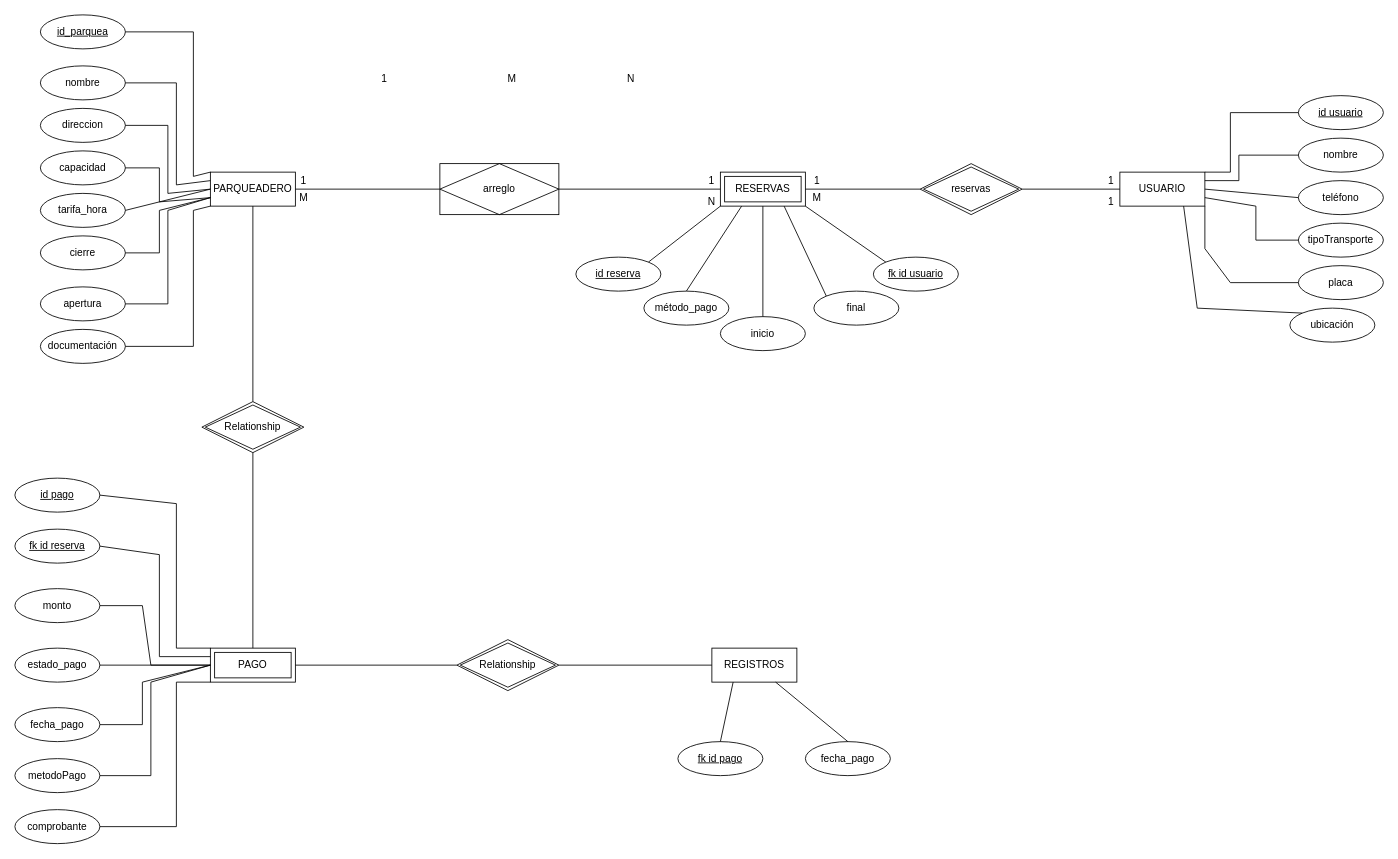
juban1234/copia_seguridad keeps this draw.io diagram as jenny/Zona blue.drawio. Above is the earlier version. Source tidied: cells renumbered, new cells numbered last; positions are measured from the earlier drawing's top-left corner, leaving out a move shared by most shapes. Both pictures are drawn from the tidied source at 85%, with x=0, y=0 at pixel (14, 14).
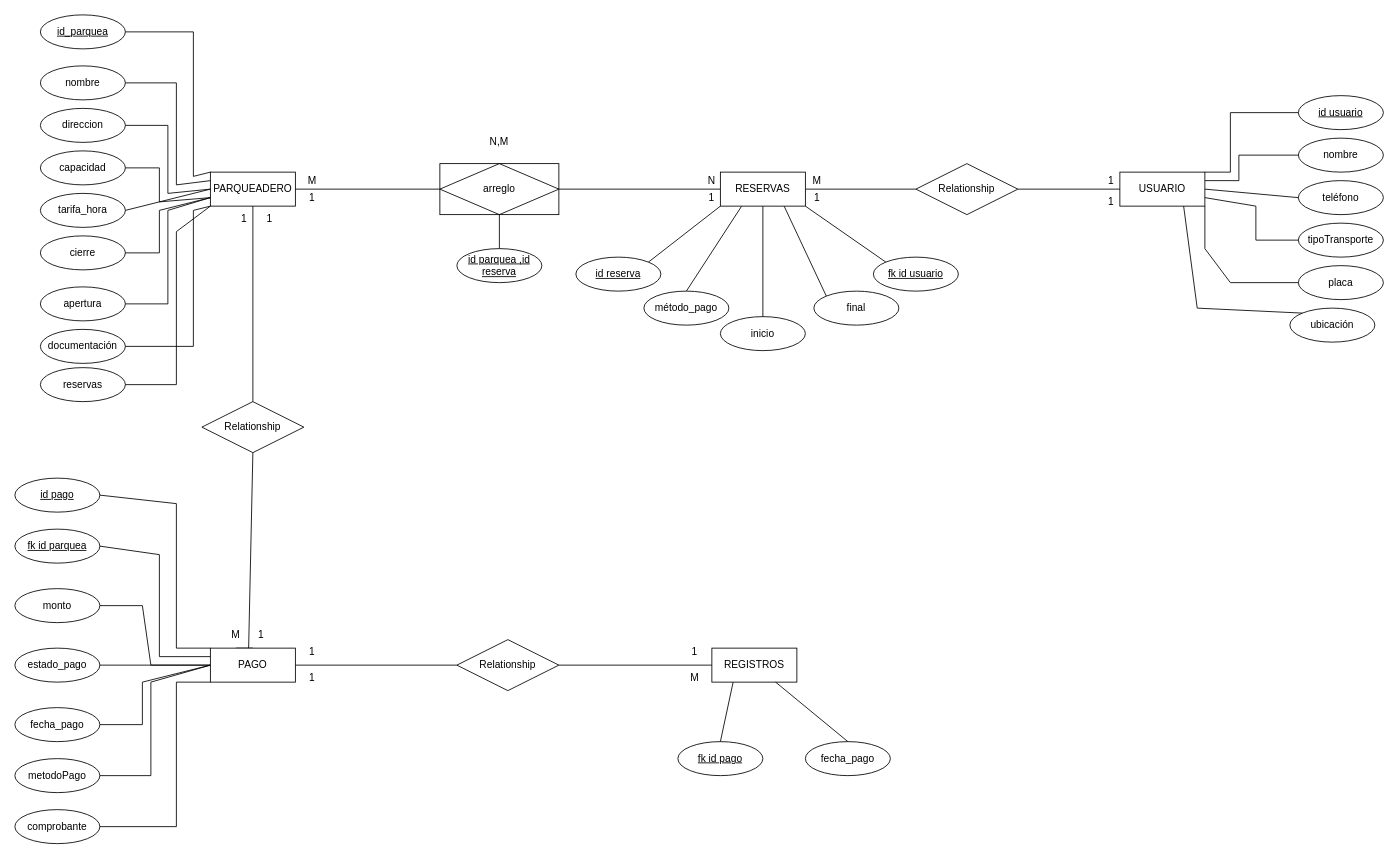
After the change.

Unchanged cells that the change refers to:
```xml
<mxCell id="2" value="USUARIO" style="whiteSpace=wrap;html=1;align=center;" parent="1" vertex="1">
  <mxGeometry x="1300" y="185" width="100" height="40" as="geometry" />
</mxCell>
<mxCell id="3" value="PARQUEADERO" style="whiteSpace=wrap;html=1;align=center;" parent="1" vertex="1">
  <mxGeometry x="230" y="185" width="100" height="40" as="geometry" />
</mxCell>
<mxCell id="21" value="REGISTROS" style="whiteSpace=wrap;html=1;align=center;" parent="1" vertex="1">
  <mxGeometry x="820" y="745" width="100" height="40" as="geometry" />
</mxCell>
<mxCell id="23" value="método_pago" style="ellipse;whiteSpace=wrap;html=1;align=center;" parent="1" vertex="1">
  <mxGeometry x="740" y="325" width="100" height="40" as="geometry" />
</mxCell>
<mxCell id="24" value="inicio" style="ellipse;whiteSpace=wrap;html=1;align=center;" parent="1" vertex="1">
  <mxGeometry x="830" y="355" width="100" height="40" as="geometry" />
</mxCell>
<mxCell id="25" value="final" style="ellipse;whiteSpace=wrap;html=1;align=center;" parent="1" vertex="1">
  <mxGeometry x="940" y="325" width="100" height="40" as="geometry" />
</mxCell>
<mxCell id="26" value="fk id usuario" style="ellipse;whiteSpace=wrap;html=1;align=center;fontStyle=4;" parent="1" vertex="1">
  <mxGeometry x="1010" y="285" width="100" height="40" as="geometry" />
</mxCell>
<mxCell id="27" value="id reserva" style="ellipse;whiteSpace=wrap;html=1;align=center;fontStyle=4;" parent="1" vertex="1">
  <mxGeometry x="660" y="285" width="100" height="40" as="geometry" />
</mxCell>
<mxCell id="47" value="id pago" style="ellipse;whiteSpace=wrap;html=1;align=center;fontStyle=4;" parent="1" vertex="1">
  <mxGeometry y="545" width="100" height="40" as="geometry" />
</mxCell>
<mxCell id="49" value="monto" style="ellipse;whiteSpace=wrap;html=1;align=center;" parent="1" vertex="1">
  <mxGeometry y="675" width="100" height="40" as="geometry" />
</mxCell>
<mxCell id="50" value="fecha_pago" style="ellipse;whiteSpace=wrap;html=1;align=center;" parent="1" vertex="1">
  <mxGeometry y="815" width="100" height="40" as="geometry" />
</mxCell>
<mxCell id="51" value="metodoPago" style="ellipse;whiteSpace=wrap;html=1;align=center;" parent="1" vertex="1">
  <mxGeometry y="875" width="100" height="40" as="geometry" />
</mxCell>
<mxCell id="52" value="&lt;div style=&quot;text-align: left;&quot;&gt;&lt;span style=&quot;background-color: initial;&quot;&gt;estado_pago&lt;/span&gt;&lt;/div&gt;" style="ellipse;whiteSpace=wrap;html=1;align=center;" parent="1" vertex="1">
  <mxGeometry y="745" width="100" height="40" as="geometry" />
</mxCell>
<mxCell id="53" value="comprobante" style="ellipse;whiteSpace=wrap;html=1;align=center;" parent="1" vertex="1">
  <mxGeometry y="935" width="100" height="40" as="geometry" />
</mxCell>
<mxCell id="71" value="arreglo" style="shape=associativeEntity;whiteSpace=wrap;html=1;align=center;" parent="1" vertex="1">
  <mxGeometry x="500" y="175" width="140" height="60" as="geometry" />
</mxCell>
```

The edit, as a diff of the source:
```diff
@@
-    <mxCell id="4" value="RESERVAS" style="shape=ext;margin=3;double=1;whiteSpace=wrap;html=1;align=center;" parent="1" vertex="1">
-      <mxGeometry x="830" y="185" width="100" height="40" as="geometry" />
-    </mxCell>
@@
-    <mxCell id="22" value="PAGO" style="shape=ext;margin=3;double=1;whiteSpace=wrap;html=1;align=center;" parent="1" vertex="1">
-      <mxGeometry x="230" y="745" width="100" height="40" as="geometry" />
-    </mxCell>
@@
-    <mxCell id="28" style="endArrow=none;html=1;rounded=0;exitX=1;exitY=0;exitDx=0;exitDy=0;entryX=0;entryY=1;entryDx=0;entryDy=0;" parent="1" edge="1" source="27" target="4">
-      <mxGeometry relative="1" as="geometry" />
-    </mxCell>
-    <mxCell id="29" style="endArrow=none;html=1;rounded=0;exitX=0.5;exitY=0;exitDx=0;exitDy=0;entryX=0.25;entryY=1;entryDx=0;entryDy=0;" parent="1" edge="1" source="23" target="4">
-      <mxGeometry relative="1" as="geometry" />
+    <mxCell id="29" style="endArrow=none;html=1;rounded=0;exitX=0.5;exitY=0;exitDx=0;exitDy=0;entryX=0.25;entryY=1;entryDx=0;entryDy=0;" parent="1" edge="1" source="23">
+      <mxGeometry relative="1" as="geometry">
+        <mxPoint x="855" y="225" as="targetPoint" />
+      </mxGeometry>
     </mxCell>
-    <mxCell id="30" style="endArrow=none;html=1;rounded=0;exitX=0.5;exitY=0;exitDx=0;exitDy=0;entryX=0.5;entryY=1;entryDx=0;entryDy=0;" parent="1" edge="1" source="24" target="4">
-      <mxGeometry relative="1" as="geometry" />
+    <mxCell id="30" style="endArrow=none;html=1;rounded=0;exitX=0.5;exitY=0;exitDx=0;exitDy=0;entryX=0.5;entryY=1;entryDx=0;entryDy=0;" parent="1" edge="1" source="24">
+      <mxGeometry relative="1" as="geometry">
+        <mxPoint x="880" y="225" as="targetPoint" />
+      </mxGeometry>
     </mxCell>
-    <mxCell id="31" style="endArrow=none;html=1;rounded=0;exitX=0;exitY=0;exitDx=0;exitDy=0;entryX=0.75;entryY=1;entryDx=0;entryDy=0;" parent="1" edge="1" source="25" target="4">
-      <mxGeometry relative="1" as="geometry" />
+    <mxCell id="31" style="endArrow=none;html=1;rounded=0;exitX=0;exitY=0;exitDx=0;exitDy=0;entryX=0.75;entryY=1;entryDx=0;entryDy=0;" parent="1" edge="1" source="25">
+      <mxGeometry relative="1" as="geometry">
+        <mxPoint x="905" y="225" as="targetPoint" />
+      </mxGeometry>
     </mxCell>
-    <mxCell id="32" style="endArrow=none;html=1;rounded=0;exitX=0;exitY=0;exitDx=0;exitDy=0;entryX=1;entryY=1;entryDx=0;entryDy=0;" parent="1" edge="1" source="26" target="4">
-      <mxGeometry relative="1" as="geometry" />
+    <mxCell id="32" style="endArrow=none;html=1;rounded=0;exitX=0;exitY=0;exitDx=0;exitDy=0;entryX=1;entryY=1;entryDx=0;entryDy=0;" parent="1" edge="1" source="26">
+      <mxGeometry relative="1" as="geometry">
+        <mxPoint x="930" y="225" as="targetPoint" />
+      </mxGeometry>
     </mxCell>
@@
-    <mxCell id="48" value="fk id reserva" style="ellipse;whiteSpace=wrap;html=1;align=center;fontStyle=4;" parent="1" vertex="1">
+    <mxCell id="48" value="fk id parquea" style="ellipse;whiteSpace=wrap;html=1;align=center;fontStyle=4;" parent="1" vertex="1">
       <mxGeometry y="605" width="100" height="40" as="geometry" />
     </mxCell>
@@
-    <mxCell id="54" style="endArrow=none;html=1;rounded=0;exitX=1;exitY=0.5;exitDx=0;exitDy=0;entryX=0;entryY=0;entryDx=0;entryDy=0;" parent="1" edge="1" source="47" target="22">
+    <mxCell id="54" style="endArrow=none;html=1;rounded=0;exitX=1;exitY=0.5;exitDx=0;exitDy=0;entryX=0;entryY=0;entryDx=0;entryDy=0;" parent="1" edge="1" source="47">
       <mxGeometry relative="1" as="geometry">
+        <mxPoint x="230" y="745" as="targetPoint" />
         <Array as="points">
           <mxPoint x="190" y="575" />
           <mxPoint x="190" y="745" />
         </Array>
       </mxGeometry>
     </mxCell>
-    <mxCell id="55" style="endArrow=none;html=1;rounded=0;exitX=1;exitY=0.5;exitDx=0;exitDy=0;entryX=0;entryY=0.25;entryDx=0;entryDy=0;" parent="1" edge="1" source="48" target="22">
+    <mxCell id="55" style="endArrow=none;html=1;rounded=0;exitX=1;exitY=0.5;exitDx=0;exitDy=0;entryX=0;entryY=0.25;entryDx=0;entryDy=0;" parent="1" edge="1" source="48">
       <mxGeometry relative="1" as="geometry">
+        <mxPoint x="230" y="755" as="targetPoint" />
         <Array as="points">
           <mxPoint x="170" y="635" />
           <mxPoint x="170" y="755" />
         </Array>
       </mxGeometry>
     </mxCell>
-    <mxCell id="56" style="endArrow=none;html=1;rounded=0;exitX=1;exitY=0.5;exitDx=0;exitDy=0;entryX=0;entryY=0.5;entryDx=0;entryDy=0;" parent="1" edge="1" source="49" target="22">
+    <mxCell id="56" style="endArrow=none;html=1;rounded=0;exitX=1;exitY=0.5;exitDx=0;exitDy=0;entryX=0;entryY=0.5;entryDx=0;entryDy=0;" parent="1" edge="1" source="49">
       <mxGeometry relative="1" as="geometry">
+        <mxPoint x="230" y="765" as="targetPoint" />
         <Array as="points">
           <mxPoint x="150" y="695" />
           <mxPoint x="160" y="765" />
         </Array>
       </mxGeometry>
     </mxCell>
-    <mxCell id="57" style="endArrow=none;html=1;rounded=0;exitX=1;exitY=0.5;exitDx=0;exitDy=0;entryX=0;entryY=1;entryDx=0;entryDy=0;" parent="1" edge="1" source="53" target="22">
+    <mxCell id="57" style="endArrow=none;html=1;rounded=0;exitX=1;exitY=0.5;exitDx=0;exitDy=0;entryX=0;entryY=1;entryDx=0;entryDy=0;" parent="1" edge="1" source="53">
       <mxGeometry relative="1" as="geometry">
+        <mxPoint x="230" y="785" as="targetPoint" />
         <Array as="points">
           <mxPoint x="190" y="955" />
           <mxPoint x="190" y="785" />
         </Array>
       </mxGeometry>
     </mxCell>
-    <mxCell id="58" style="endArrow=none;html=1;rounded=0;exitX=1;exitY=0.5;exitDx=0;exitDy=0;entryX=0;entryY=0.5;entryDx=0;entryDy=0;" parent="1" edge="1" source="51" target="22">
+    <mxCell id="58" style="endArrow=none;html=1;rounded=0;exitX=1;exitY=0.5;exitDx=0;exitDy=0;entryX=0;entryY=0.5;entryDx=0;entryDy=0;" parent="1" edge="1" source="51">
       <mxGeometry relative="1" as="geometry">
+        <mxPoint x="230" y="765" as="targetPoint" />
         <Array as="points">
           <mxPoint x="160" y="895" />
           <mxPoint x="160" y="785" />
         </Array>
       </mxGeometry>
     </mxCell>
-    <mxCell id="59" style="endArrow=none;html=1;rounded=0;exitX=1;exitY=0.5;exitDx=0;exitDy=0;entryX=0;entryY=0.5;entryDx=0;entryDy=0;" parent="1" edge="1" source="50" target="22">
+    <mxCell id="59" style="endArrow=none;html=1;rounded=0;exitX=1;exitY=0.5;exitDx=0;exitDy=0;entryX=0;entryY=0.5;entryDx=0;entryDy=0;" parent="1" edge="1" source="50">
       <mxGeometry relative="1" as="geometry">
+        <mxPoint x="230" y="765" as="targetPoint" />
         <Array as="points">
           <mxPoint x="150" y="835" />
           <mxPoint x="150" y="785" />
         </Array>
       </mxGeometry>
     </mxCell>
-    <mxCell id="60" style="endArrow=none;html=1;rounded=0;exitX=1;exitY=0.5;exitDx=0;exitDy=0;entryX=0;entryY=0.5;entryDx=0;entryDy=0;" parent="1" edge="1" source="52" target="22">
-      <mxGeometry relative="1" as="geometry" />
+    <mxCell id="60" style="endArrow=none;html=1;rounded=0;exitX=1;exitY=0.5;exitDx=0;exitDy=0;entryX=0;entryY=0.5;entryDx=0;entryDy=0;" parent="1" edge="1" source="52">
+      <mxGeometry relative="1" as="geometry">
+        <mxPoint x="230" y="765" as="targetPoint" />
+      </mxGeometry>
     </mxCell>
-    <mxCell id="61" value="reservas" style="shape=rhombus;double=1;perimeter=rhombusPerimeter;whiteSpace=wrap;html=1;align=center;" parent="1" vertex="1">
-      <mxGeometry x="1065" y="175" width="120" height="60" as="geometry" />
-    </mxCell>
-    <mxCell id="62" style="endArrow=none;html=1;rounded=0;exitX=1;exitY=0.5;exitDx=0;exitDy=0;entryX=0;entryY=0.5;entryDx=0;entryDy=0;" parent="1" edge="1" source="4" target="61">
-      <mxGeometry relative="1" as="geometry" />
+    <mxCell id="62" style="endArrow=none;html=1;rounded=0;exitX=1;exitY=0.5;exitDx=0;exitDy=0;entryX=0;entryY=0.5;entryDx=0;entryDy=0;" parent="1" edge="1" target="99">
+      <mxGeometry relative="1" as="geometry">
+        <mxPoint x="930" y="205" as="sourcePoint" />
+      </mxGeometry>
     </mxCell>
-    <mxCell id="63" style="endArrow=none;html=1;rounded=0;exitX=1;exitY=0.5;exitDx=0;exitDy=0;entryX=0;entryY=0.5;entryDx=0;entryDy=0;" parent="1" edge="1" source="61" target="2">
+    <mxCell id="63" style="endArrow=none;html=1;rounded=0;exitX=1;exitY=0.5;exitDx=0;exitDy=0;entryX=0;entryY=0.5;entryDx=0;entryDy=0;" parent="1" edge="1" source="99" target="2">
       <mxGeometry relative="1" as="geometry" />
     </mxCell>
-    <mxCell id="64" value="1" style="text;strokeColor=none;align=center;fillColor=none;html=1;verticalAlign=middle;whiteSpace=wrap;rounded=0;" parent="1" vertex="1">
-      <mxGeometry x="405" y="60" width="60" height="30" as="geometry" />
-    </mxCell>
-    <mxCell id="65" value="M" style="text;strokeColor=none;align=center;fillColor=none;html=1;verticalAlign=middle;whiteSpace=wrap;rounded=0;" parent="1" vertex="1">
-      <mxGeometry x="555" y="60" width="60" height="30" as="geometry" />
-    </mxCell>
-    <mxCell id="66" value="N" style="text;strokeColor=none;align=center;fillColor=none;html=1;verticalAlign=middle;whiteSpace=wrap;rounded=0;" parent="1" vertex="1">
-      <mxGeometry x="695" y="60" width="60" height="30" as="geometry" />
-    </mxCell>
@@
     <mxCell id="68" value="M" style="text;strokeColor=none;align=center;fillColor=none;html=1;verticalAlign=middle;whiteSpace=wrap;rounded=0;" parent="1" vertex="1">
-      <mxGeometry x="914" y="200" width="60" height="30" as="geometry" />
+      <mxGeometry x="914" y="180" width="60" height="30" as="geometry" />
     </mxCell>
     <mxCell id="69" value="1" style="text;strokeColor=none;align=center;fillColor=none;html=1;verticalAlign=middle;whiteSpace=wrap;rounded=0;" parent="1" vertex="1">
-      <mxGeometry x="914" y="180" width="60" height="30" as="geometry" />
+      <mxGeometry x="914" y="200" width="60" height="30" as="geometry" />
     </mxCell>
@@
-    <mxCell id="73" style="endArrow=none;html=1;rounded=0;exitX=1;exitY=0.5;exitDx=0;exitDy=0;entryX=0;entryY=0.5;entryDx=0;entryDy=0;" parent="1" edge="1" source="71" target="4">
-      <mxGeometry relative="1" as="geometry" />
+    <mxCell id="73" style="endArrow=none;html=1;rounded=0;exitX=1;exitY=0.5;exitDx=0;exitDy=0;entryX=0;entryY=0.5;entryDx=0;entryDy=0;" parent="1" edge="1" source="71">
+      <mxGeometry relative="1" as="geometry">
+        <mxPoint x="830" y="205" as="targetPoint" />
+      </mxGeometry>
     </mxCell>
@@
-    <mxCell id="76" style="endArrow=none;html=1;rounded=0;exitX=1;exitY=0.5;exitDx=0;exitDy=0;entryX=0;entryY=0.5;entryDx=0;entryDy=0;" parent="1" edge="1" source="22" target="77">
-      <mxGeometry relative="1" as="geometry" />
+    <mxCell id="76" style="endArrow=none;html=1;rounded=0;exitX=1;exitY=0.5;exitDx=0;exitDy=0;entryX=0;entryY=0.5;entryDx=0;entryDy=0;" parent="1" edge="1">
+      <mxGeometry relative="1" as="geometry">
+        <mxPoint x="330" y="765" as="sourcePoint" />
+        <mxPoint x="520" y="765" as="targetPoint" />
+      </mxGeometry>
     </mxCell>
-    <mxCell id="77" value="Relationship" style="shape=rhombus;double=1;perimeter=rhombusPerimeter;whiteSpace=wrap;html=1;align=center;" parent="1" vertex="1">
-      <mxGeometry x="520" y="735" width="120" height="60" as="geometry" />
-    </mxCell>
-    <mxCell id="78" style="endArrow=none;html=1;rounded=0;exitX=1;exitY=0.5;exitDx=0;exitDy=0;entryX=0;entryY=0.5;entryDx=0;entryDy=0;" parent="1" edge="1" source="77" target="21">
-      <mxGeometry relative="1" as="geometry" />
+    <mxCell id="78" style="endArrow=none;html=1;rounded=0;exitX=1;exitY=0.5;exitDx=0;exitDy=0;entryX=0;entryY=0.5;entryDx=0;entryDy=0;" parent="1" edge="1" target="21">
+      <mxGeometry relative="1" as="geometry">
+        <mxPoint x="640" y="765" as="sourcePoint" />
+      </mxGeometry>
     </mxCell>
-    <mxCell id="79" value="Relationship" style="shape=rhombus;double=1;perimeter=rhombusPerimeter;whiteSpace=wrap;html=1;align=center;" parent="1" vertex="1">
-      <mxGeometry x="220" y="455" width="120" height="60" as="geometry" />
-    </mxCell>
-    <mxCell id="80" style="endArrow=none;html=1;rounded=0;exitX=0.5;exitY=0;exitDx=0;exitDy=0;entryX=0.5;entryY=1;entryDx=0;entryDy=0;" parent="1" edge="1" source="22" target="79">
-      <mxGeometry relative="1" as="geometry" />
+    <mxCell id="80" style="endArrow=none;html=1;rounded=0;exitX=0.75;exitY=1;exitDx=0;exitDy=0;entryX=0.5;entryY=1;entryDx=0;entryDy=0;" parent="1" edge="1" source="88">
+      <mxGeometry relative="1" as="geometry">
+        <mxPoint x="280" y="515" as="targetPoint" />
+      </mxGeometry>
     </mxCell>
-    <mxCell id="81" style="endArrow=none;html=1;rounded=0;exitX=0.5;exitY=0;exitDx=0;exitDy=0;entryX=0.5;entryY=1;entryDx=0;entryDy=0;" parent="1" edge="1" source="79" target="3">
-      <mxGeometry relative="1" as="geometry" />
+    <mxCell id="81" style="endArrow=none;html=1;rounded=0;exitX=0.5;exitY=0;exitDx=0;exitDy=0;entryX=0.5;entryY=1;entryDx=0;entryDy=0;" parent="1" edge="1" target="3">
+      <mxGeometry relative="1" as="geometry">
+        <mxPoint x="280" y="455" as="sourcePoint" />
+      </mxGeometry>
     </mxCell>
-    <mxCell id="82" value="1" style="text;strokeColor=none;align=center;fillColor=none;html=1;verticalAlign=middle;whiteSpace=wrap;rounded=0;" parent="1" vertex="1">
-      <mxGeometry x="790" y="180" width="60" height="30" as="geometry" />
-    </mxCell>
     <mxCell id="83" value="M" style="text;strokeColor=none;align=center;fillColor=none;html=1;verticalAlign=middle;whiteSpace=wrap;rounded=0;" parent="1" vertex="1">
-      <mxGeometry x="310" y="200" width="60" height="30" as="geometry" />
+      <mxGeometry x="320" y="180" width="60" height="30" as="geometry" />
     </mxCell>
     <mxCell id="84" value="1" style="text;strokeColor=none;align=center;fillColor=none;html=1;verticalAlign=middle;whiteSpace=wrap;rounded=0;" parent="1" vertex="1">
-      <mxGeometry x="310" y="180" width="60" height="30" as="geometry" />
+      <mxGeometry x="320" y="200" width="60" height="30" as="geometry" />
     </mxCell>
     <mxCell id="85" value="N" style="text;strokeColor=none;align=center;fillColor=none;html=1;verticalAlign=middle;whiteSpace=wrap;rounded=0;" parent="1" vertex="1">
-      <mxGeometry x="790" y="205" width="60" height="30" as="geometry" />
+      <mxGeometry x="790" y="180" width="60" height="30" as="geometry" />
     </mxCell>
+    <mxCell id="86" value="1" style="text;strokeColor=none;align=center;fillColor=none;html=1;verticalAlign=middle;whiteSpace=wrap;rounded=0;" parent="1" vertex="1">
+      <mxGeometry x="270" y="225" width="60" height="30" as="geometry" />
+    </mxCell>
+    <mxCell id="87" style="endArrow=none;html=1;rounded=0;exitX=0.5;exitY=0;exitDx=0;exitDy=0;entryX=0.5;entryY=1;entryDx=0;entryDy=0;" parent="1" edge="1" target="88">
+      <mxGeometry relative="1" as="geometry">
+        <mxPoint x="280" y="745" as="sourcePoint" />
+      </mxGeometry>
+    </mxCell>
+    <mxCell id="88" value="M" style="text;strokeColor=none;align=center;fillColor=none;html=1;verticalAlign=middle;whiteSpace=wrap;rounded=0;" parent="1" vertex="1">
+      <mxGeometry x="230" y="715" width="60" height="30" as="geometry" />
+    </mxCell>
+    <mxCell id="89" value="1" style="text;strokeColor=none;align=center;fillColor=none;html=1;verticalAlign=middle;whiteSpace=wrap;rounded=0;" parent="1" vertex="1">
+      <mxGeometry x="260" y="715" width="60" height="30" as="geometry" />
+    </mxCell>
+    <mxCell id="90" value="1" style="text;strokeColor=none;align=center;fillColor=none;html=1;verticalAlign=middle;whiteSpace=wrap;rounded=0;" parent="1" vertex="1">
+      <mxGeometry x="240" y="225" width="60" height="30" as="geometry" />
+    </mxCell>
+    <mxCell id="91" value="1" style="text;strokeColor=none;align=center;fillColor=none;html=1;verticalAlign=middle;whiteSpace=wrap;rounded=0;" parent="1" vertex="1">
+      <mxGeometry x="320" y="735" width="60" height="30" as="geometry" />
+    </mxCell>
+    <mxCell id="92" value="M" style="text;strokeColor=none;align=center;fillColor=none;html=1;verticalAlign=middle;whiteSpace=wrap;rounded=0;" parent="1" vertex="1">
+      <mxGeometry x="770" y="765" width="60" height="30" as="geometry" />
+    </mxCell>
+    <mxCell id="93" value="1" style="text;strokeColor=none;align=center;fillColor=none;html=1;verticalAlign=middle;whiteSpace=wrap;rounded=0;" parent="1" vertex="1">
+      <mxGeometry x="770" y="735" width="60" height="30" as="geometry" />
+    </mxCell>
+    <mxCell id="94" value="1" style="text;strokeColor=none;align=center;fillColor=none;html=1;verticalAlign=middle;whiteSpace=wrap;rounded=0;" parent="1" vertex="1">
+      <mxGeometry x="320" y="765" width="60" height="30" as="geometry" />
+    </mxCell>
+    <mxCell id="95" value="id parquea ,id reserva" style="ellipse;whiteSpace=wrap;html=1;align=center;fontStyle=4;" parent="1" vertex="1">
+      <mxGeometry x="520" y="275" width="100" height="40" as="geometry" />
+    </mxCell>
+    <mxCell id="96" style="endArrow=none;html=1;rounded=0;exitX=0.5;exitY=1;exitDx=0;exitDy=0;entryX=0.5;entryY=0;entryDx=0;entryDy=0;" parent="1" edge="1" source="71" target="95">
+      <mxGeometry relative="1" as="geometry" />
+    </mxCell>
+    <mxCell id="97" value="N,M" style="text;strokeColor=none;align=center;fillColor=none;html=1;verticalAlign=middle;whiteSpace=wrap;rounded=0;" parent="1" vertex="1">
+      <mxGeometry x="540" y="135" width="60" height="30" as="geometry" />
+    </mxCell>
+    <mxCell id="98" style="endArrow=none;html=1;rounded=0;exitX=1;exitY=0;exitDx=0;exitDy=0;entryX=0;entryY=1;entryDx=0;entryDy=0;" parent="1" edge="1" source="27">
+      <mxGeometry relative="1" as="geometry">
+        <mxPoint x="830" y="225" as="targetPoint" />
+      </mxGeometry>
+    </mxCell>
+    <mxCell id="22" value="PAGO" style="whiteSpace=wrap;html=1;align=center;" parent="1" vertex="1">
+      <mxGeometry x="230" y="745" width="100" height="40" as="geometry" />
+    </mxCell>
+    <mxCell id="4" value="RESERVAS" style="whiteSpace=wrap;html=1;align=center;" parent="1" vertex="1">
+      <mxGeometry x="830" y="185" width="100" height="40" as="geometry" />
+    </mxCell>
+    <mxCell id="99" value="Relationship" style="shape=rhombus;perimeter=rhombusPerimeter;whiteSpace=wrap;html=1;align=center;" parent="1" vertex="1">
+      <mxGeometry x="1060" y="175" width="120" height="60" as="geometry" />
+    </mxCell>
+    <mxCell id="100" value="Relationship" style="shape=rhombus;perimeter=rhombusPerimeter;whiteSpace=wrap;html=1;align=center;" parent="1" vertex="1">
+      <mxGeometry x="220" y="455" width="120" height="60" as="geometry" />
+    </mxCell>
+    <mxCell id="101" value="Relationship" style="shape=rhombus;perimeter=rhombusPerimeter;whiteSpace=wrap;html=1;align=center;" parent="1" vertex="1">
+      <mxGeometry x="520" y="735" width="120" height="60" as="geometry" />
+    </mxCell>
+    <mxCell id="61" value="reservas" style="ellipse;whiteSpace=wrap;html=1;align=center;" parent="1" vertex="1">
+      <mxGeometry x="30" y="415" width="100" height="40" as="geometry" />
+    </mxCell>
+    <mxCell id="102" style="endArrow=none;html=1;rounded=0;exitX=1;exitY=0.5;exitDx=0;exitDy=0;entryX=0;entryY=1;entryDx=0;entryDy=0;" parent="1" edge="1" source="61" target="3">
+      <mxGeometry relative="1" as="geometry">
+        <Array as="points">
+          <mxPoint x="190" y="435" />
+          <mxPoint x="190" y="255" />
+        </Array>
+      </mxGeometry>
+    </mxCell>
+    <mxCell id="103" value="1" style="text;strokeColor=none;align=center;fillColor=none;html=1;verticalAlign=middle;whiteSpace=wrap;rounded=0;" parent="1" vertex="1">
+      <mxGeometry x="790" y="200" width="60" height="30" as="geometry" />
+    </mxCell>
```
